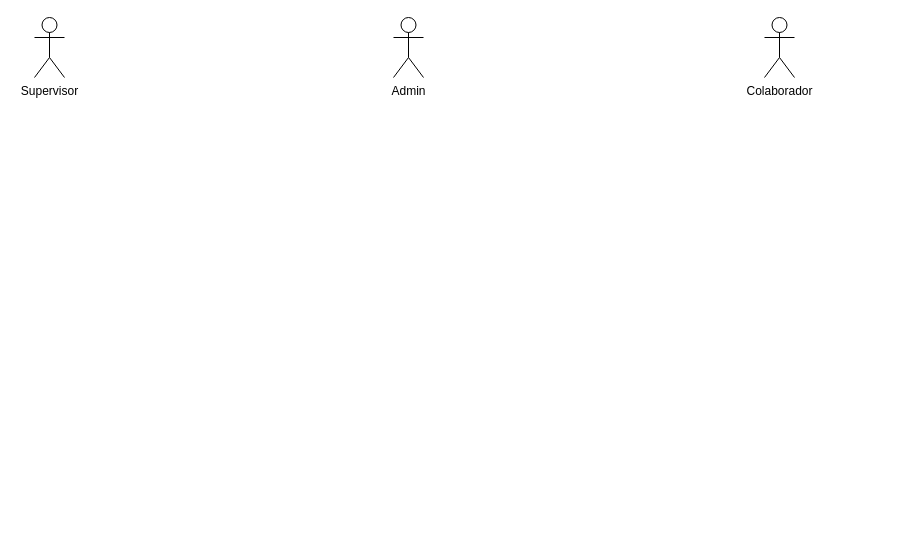
This is config/todoApp++.drawio from DANIELNAHUN/todo-app-, a draw.io file, before an edit. Source tidied: cells renumbered, new cells numbered last; positions are measured from the earlier drawing's top-left corner, leaving out a move shared by most shapes. Both pictures are drawn from the tidied source at 100%, with x=0, y=0 at pixel (34, 17).
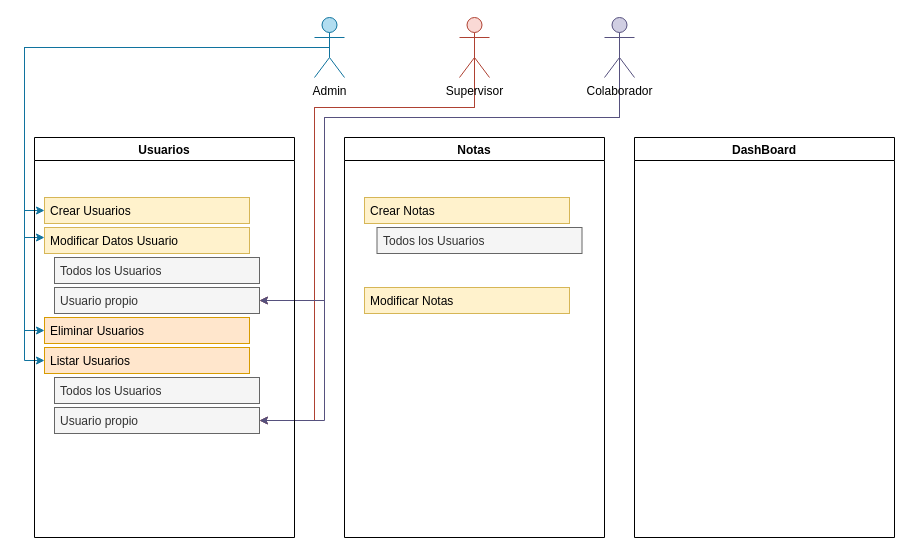
Above is the later version.

Commit message:
Usuarios y Modulos creados.

Change to the diagram source:
```diff
@@
+    <mxCell id="5" style="edgeStyle=orthogonalEdgeStyle;rounded=0;jettySize=auto;html=1;exitX=0.5;exitY=0.5;exitDx=0;exitDy=0;exitPerimeter=0;entryX=0;entryY=0.5;entryDx=0;entryDy=0;fillColor=#b1ddf0;strokeColor=#10739e;" parent="1" edge="1" source="2" target="14">
+      <mxGeometry relative="1" as="geometry">
+        <Array as="points">
+          <mxPoint x="-10" y="30" />
+          <mxPoint x="-10" y="193" />
+        </Array>
+      </mxGeometry>
+    </mxCell>
+    <mxCell id="6" style="edgeStyle=orthogonalEdgeStyle;rounded=0;jettySize=auto;html=1;exitX=0.5;exitY=0.5;exitDx=0;exitDy=0;exitPerimeter=0;fillColor=#b1ddf0;strokeColor=#10739e;" parent="1" edge="1" source="2" target="15">
+      <mxGeometry relative="1" as="geometry">
+        <Array as="points">
+          <mxPoint x="-10" y="30" />
+          <mxPoint x="-10" y="220" />
+        </Array>
+      </mxGeometry>
+    </mxCell>
+    <mxCell id="7" style="edgeStyle=orthogonalEdgeStyle;rounded=0;jettySize=auto;html=1;exitX=0.5;exitY=0.5;exitDx=0;exitDy=0;exitPerimeter=0;entryX=0;entryY=0.5;entryDx=0;entryDy=0;fillColor=#b1ddf0;strokeColor=#10739e;" parent="1" edge="1" source="2" target="16">
+      <mxGeometry relative="1" as="geometry">
+        <Array as="points">
+          <mxPoint x="-10" y="30" />
+          <mxPoint x="-10" y="313" />
+        </Array>
+      </mxGeometry>
+    </mxCell>
+    <mxCell id="8" style="edgeStyle=orthogonalEdgeStyle;rounded=0;jettySize=auto;html=1;exitX=0.5;exitY=0.5;exitDx=0;exitDy=0;exitPerimeter=0;fillColor=#b1ddf0;strokeColor=#10739e;entryX=0;entryY=0.5;entryDx=0;entryDy=0;" parent="1" edge="1" source="2" target="17">
+      <mxGeometry relative="1" as="geometry">
+        <Array as="points">
+          <mxPoint x="-10" y="30" />
+          <mxPoint x="-10" y="343" />
+        </Array>
+      </mxGeometry>
+    </mxCell>
-    <mxCell id="2" value="Admin" style="shape=umlActor;verticalLabelPosition=bottom;verticalAlign=top;html=1;outlineConnect=0;" parent="1" vertex="1">
-      <mxGeometry x="359" width="30" height="60" as="geometry" />
+    <mxCell id="2" value="Admin" style="shape=umlActor;verticalLabelPosition=bottom;verticalAlign=top;html=1;outlineConnect=0;fillColor=#b1ddf0;strokeColor=#10739e;" parent="1" vertex="1">
+      <mxGeometry x="280" width="30" height="60" as="geometry" />
     </mxCell>
+    <mxCell id="9" style="edgeStyle=orthogonalEdgeStyle;rounded=0;jettySize=auto;html=1;exitX=0.5;exitY=0.5;exitDx=0;exitDy=0;exitPerimeter=0;entryX=1;entryY=0.5;entryDx=0;entryDy=0;fillColor=#fad9d5;strokeColor=#ae4132;" parent="1" edge="1" source="3" target="19">
+      <mxGeometry relative="1" as="geometry">
+        <Array as="points">
+          <mxPoint x="440" y="90" />
+          <mxPoint x="280" y="90" />
+          <mxPoint x="280" y="283" />
+        </Array>
+      </mxGeometry>
+    </mxCell>
+    <mxCell id="10" style="edgeStyle=orthogonalEdgeStyle;rounded=0;jettySize=auto;html=1;exitX=0.5;exitY=0.5;exitDx=0;exitDy=0;exitPerimeter=0;entryX=1;entryY=0.5;entryDx=0;entryDy=0;fillColor=#fad9d5;strokeColor=#ae4132;" parent="1" edge="1" source="3" target="21">
+      <mxGeometry relative="1" as="geometry">
+        <Array as="points">
+          <mxPoint x="440" y="90" />
+          <mxPoint x="280" y="90" />
+          <mxPoint x="280" y="403" />
+        </Array>
+      </mxGeometry>
+    </mxCell>
-    <mxCell id="3" value="Supervisor" style="shape=umlActor;verticalLabelPosition=bottom;verticalAlign=top;html=1;outlineConnect=0;" parent="1" vertex="1">
-      <mxGeometry width="30" height="60" as="geometry" />
+    <mxCell id="3" value="Supervisor" style="shape=umlActor;verticalLabelPosition=bottom;verticalAlign=top;html=1;outlineConnect=0;fillColor=#fad9d5;strokeColor=#ae4132;" parent="1" vertex="1">
+      <mxGeometry x="425" width="30" height="60" as="geometry" />
     </mxCell>
+    <mxCell id="11" style="edgeStyle=orthogonalEdgeStyle;rounded=0;jettySize=auto;html=1;exitX=0.5;exitY=0.5;exitDx=0;exitDy=0;exitPerimeter=0;entryX=1;entryY=0.5;entryDx=0;entryDy=0;fillColor=#d0cee2;strokeColor=#56517e;" parent="1" edge="1" source="4" target="19">
+      <mxGeometry relative="1" as="geometry">
+        <Array as="points">
+          <mxPoint x="585" y="100" />
+          <mxPoint x="290" y="100" />
+          <mxPoint x="290" y="283" />
+        </Array>
+      </mxGeometry>
+    </mxCell>
+    <mxCell id="12" style="edgeStyle=orthogonalEdgeStyle;rounded=0;jettySize=auto;html=1;exitX=0.5;exitY=0.5;exitDx=0;exitDy=0;exitPerimeter=0;entryX=1;entryY=0.5;entryDx=0;entryDy=0;fillColor=#d0cee2;strokeColor=#56517e;" parent="1" edge="1" source="4" target="21">
+      <mxGeometry relative="1" as="geometry">
+        <Array as="points">
+          <mxPoint x="585" y="100" />
+          <mxPoint x="290" y="100" />
+          <mxPoint x="290" y="403" />
+        </Array>
+      </mxGeometry>
+    </mxCell>
-    <mxCell id="4" value="Colaborador" style="shape=umlActor;verticalLabelPosition=bottom;verticalAlign=top;html=1;outlineConnect=0;" parent="1" vertex="1">
-      <mxGeometry x="730" width="30" height="60" as="geometry" />
+    <mxCell id="4" value="Colaborador" style="shape=umlActor;verticalLabelPosition=bottom;verticalAlign=top;html=1;outlineConnect=0;fillColor=#d0cee2;strokeColor=#56517e;" parent="1" vertex="1">
+      <mxGeometry x="570" width="30" height="60" as="geometry" />
     </mxCell>
+    <mxCell id="13" value="Usuarios" style="swimlane;" parent="1" vertex="1">
+      <mxGeometry y="120" width="260" height="400" as="geometry" />
+    </mxCell>
+    <mxCell id="14" value="Crear Usuarios" style="text;strokeColor=#d6b656;fillColor=#fff2cc;align=left;verticalAlign=top;spacingLeft=4;spacingRight=4;overflow=hidden;points=[[0,0.5],[1,0.5]];portConstraint=eastwest;whiteSpace=wrap;html=1;" parent="13" vertex="1">
+      <mxGeometry x="10" y="60" width="205" height="26" as="geometry" />
+    </mxCell>
+    <mxCell id="15" value="Modificar Datos Usuario" style="text;align=left;verticalAlign=top;spacingLeft=4;spacingRight=4;overflow=hidden;points=[[0,0.5],[1,0.5]];portConstraint=eastwest;whiteSpace=wrap;html=1;fillColor=#fff2cc;strokeColor=#d6b656;" parent="13" vertex="1">
+      <mxGeometry x="10" y="90" width="205" height="26" as="geometry" />
+    </mxCell>
+    <mxCell id="16" value="Eliminar Usuarios" style="text;strokeColor=#d79b00;fillColor=#ffe6cc;align=left;verticalAlign=top;spacingLeft=4;spacingRight=4;overflow=hidden;points=[[0,0.5],[1,0.5]];portConstraint=eastwest;whiteSpace=wrap;html=1;" parent="13" vertex="1">
+      <mxGeometry x="10" y="180" width="205" height="26" as="geometry" />
+    </mxCell>
+    <mxCell id="17" value="Listar Usuarios" style="text;strokeColor=#d79b00;fillColor=#ffe6cc;align=left;verticalAlign=top;spacingLeft=4;spacingRight=4;overflow=hidden;points=[[0,0.5],[1,0.5]];portConstraint=eastwest;whiteSpace=wrap;html=1;" parent="13" vertex="1">
+      <mxGeometry x="10" y="210" width="205" height="26" as="geometry" />
+    </mxCell>
+    <mxCell id="18" value="Todos los Usuarios" style="text;strokeColor=#666666;fillColor=#f5f5f5;align=left;verticalAlign=top;spacingLeft=4;spacingRight=4;overflow=hidden;whiteSpace=wrap;html=1;fontColor=#333333;" parent="13" vertex="1">
+      <mxGeometry x="20" y="120" width="205" height="26" as="geometry" />
+    </mxCell>
+    <mxCell id="19" value="Usuario propio" style="text;strokeColor=#666666;fillColor=#f5f5f5;align=left;verticalAlign=top;spacingLeft=4;spacingRight=4;overflow=hidden;points=[[0,0.5],[1,0.5]];portConstraint=eastwest;whiteSpace=wrap;html=1;fontColor=#333333;" parent="13" vertex="1">
+      <mxGeometry x="20" y="150" width="205" height="26" as="geometry" />
+    </mxCell>
+    <mxCell id="20" value="Todos los Usuarios" style="text;strokeColor=#666666;fillColor=#f5f5f5;align=left;verticalAlign=top;spacingLeft=4;spacingRight=4;overflow=hidden;whiteSpace=wrap;html=1;fontColor=#333333;" parent="13" vertex="1">
+      <mxGeometry x="20" y="240" width="205" height="26" as="geometry" />
+    </mxCell>
+    <mxCell id="21" value="Usuario propio" style="text;strokeColor=#666666;fillColor=#f5f5f5;align=left;verticalAlign=top;spacingLeft=4;spacingRight=4;overflow=hidden;points=[[0,0.5],[1,0.5]];portConstraint=eastwest;whiteSpace=wrap;html=1;fontColor=#333333;" parent="13" vertex="1">
+      <mxGeometry x="20" y="270" width="205" height="26" as="geometry" />
+    </mxCell>
+    <mxCell id="22" value="Notas" style="swimlane;" parent="1" vertex="1">
+      <mxGeometry x="310" y="120" width="260" height="400" as="geometry" />
+    </mxCell>
+    <mxCell id="23" value="Crear Notas" style="text;strokeColor=#d6b656;fillColor=#fff2cc;align=left;verticalAlign=top;spacingLeft=4;spacingRight=4;overflow=hidden;whiteSpace=wrap;html=1;" parent="22" vertex="1">
+      <mxGeometry x="20" y="60" width="205" height="26" as="geometry" />
+    </mxCell>
+    <mxCell id="24" value="Modificar Notas" style="text;strokeColor=#d6b656;fillColor=#fff2cc;align=left;verticalAlign=top;spacingLeft=4;spacingRight=4;overflow=hidden;whiteSpace=wrap;html=1;" parent="22" vertex="1">
+      <mxGeometry x="20" y="150" width="205" height="26" as="geometry" />
+    </mxCell>
+    <mxCell id="25" value="Todos los Usuarios" style="text;strokeColor=#666666;fillColor=#f5f5f5;align=left;verticalAlign=top;spacingLeft=4;spacingRight=4;overflow=hidden;whiteSpace=wrap;html=1;fontColor=#333333;" parent="22" vertex="1">
+      <mxGeometry x="32.5" y="90" width="205" height="26" as="geometry" />
+    </mxCell>
+    <mxCell id="26" value="DashBoard" style="swimlane;" parent="1" vertex="1">
+      <mxGeometry x="600" y="120" width="260" height="400" as="geometry" />
+    </mxCell>
```
